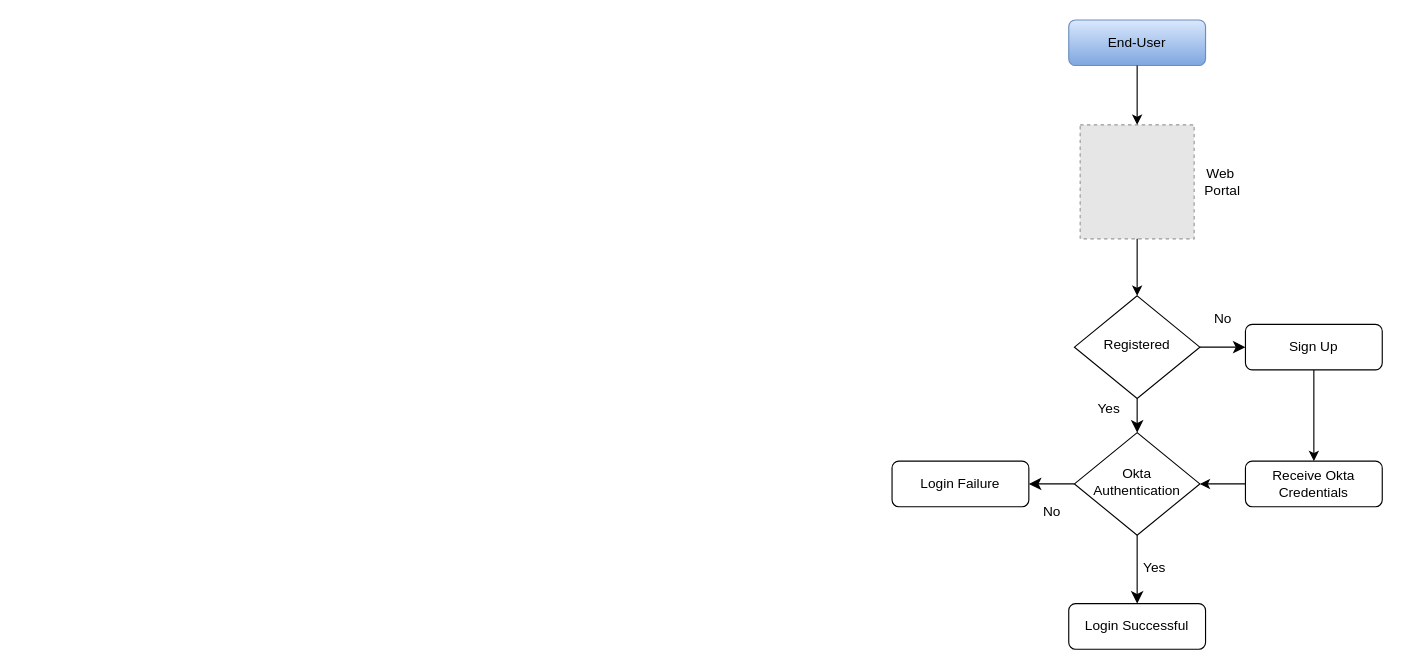
This is Generic Ai.drawio from sidthedesigner/Draw.io, a draw.io file, before an edit. Source tidied: cells renumbered, new cells numbered last; positions are measured from the earlier drawing's top-left corner, leaving out a move shared by most shapes. Both pictures are drawn from the tidied source at 114%, with x=0, y=0 at pixel (891, 19). Pictures stored in the file or linked from it are replaced by grey dashed boxes.
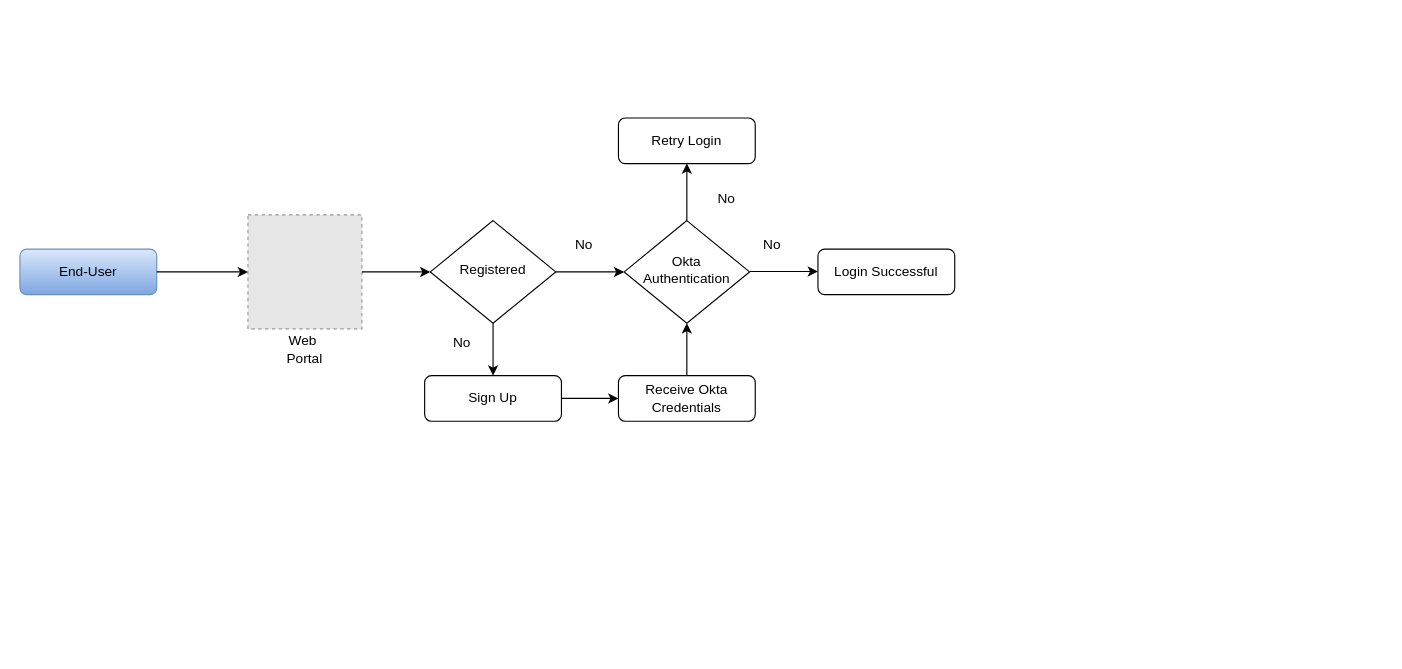
After the change.

Change to the diagram source:
```diff
@@
     <mxCell id="2" value="End-User" style="rounded=1;whiteSpace=wrap;html=1;fontSize=12;glass=0;strokeWidth=1;shadow=0;fillColor=#dae8fc;gradientColor=#7ea6e0;strokeColor=#6c8ebf;" parent="1" vertex="1">
-      <mxGeometry x="155" width="120" height="40" as="geometry" />
+      <mxGeometry x="-765" y="201" width="120" height="40" as="geometry" />
     </mxCell>
-    <mxCell id="3" value="Yes" style="rounded=0;html=1;jettySize=auto;fontSize=12;endArrow=classic;endFill=1;endSize=8;strokeWidth=1;shadow=0;labelBackgroundColor=none;edgeStyle=orthogonalEdgeStyle;" parent="1" edge="1" source="5" target="8">
-      <mxGeometry x="0.2" y="-25" relative="1" as="geometry">
-        <mxPoint y="-1" as="offset" />
-      </mxGeometry>
-    </mxCell>
-    <mxCell id="4" value="No" style="edgeStyle=orthogonalEdgeStyle;rounded=0;html=1;jettySize=auto;fontSize=12;endArrow=classic;endFill=1;endSize=8;strokeWidth=1;shadow=0;labelBackgroundColor=none;" parent="1" edge="1" source="5" target="6">
-      <mxGeometry y="25" relative="1" as="geometry" />
-    </mxCell>
-    <mxCell id="5" value="Registered" style="rhombus;whiteSpace=wrap;html=1;shadow=0;fontFamily=Helvetica;fontSize=12;align=center;strokeWidth=1;spacing=6;spacingTop=-4;" parent="1" vertex="1">
-      <mxGeometry x="160" y="242" width="110" height="90" as="geometry" />
-    </mxCell>
     <mxCell id="6" value="Sign Up" style="rounded=1;whiteSpace=wrap;html=1;fontSize=12;glass=0;strokeWidth=1;shadow=0;" parent="1" vertex="1">
-      <mxGeometry x="310" y="267" width="120" height="40" as="geometry" />
+      <mxGeometry x="-410" y="312" width="120" height="40" as="geometry" />
     </mxCell>
-    <mxCell id="7" value="Yes" style="rounded=0;html=1;jettySize=auto;fontSize=12;endArrow=classic;endFill=1;endSize=8;strokeWidth=1;shadow=0;labelBackgroundColor=none;edgeStyle=orthogonalEdgeStyle;" parent="1" edge="1" source="8" target="9">
-      <mxGeometry y="15" relative="1" as="geometry">
-        <mxPoint y="-1" as="offset" />
-      </mxGeometry>
-    </mxCell>
-    <mxCell id="8" value="Okta&lt;div style=&quot;font-size: 12px;&quot;&gt;Authentication&lt;/div&gt;" style="rhombus;whiteSpace=wrap;html=1;shadow=0;fontFamily=Helvetica;fontSize=12;align=center;strokeWidth=1;spacing=6;spacingTop=-4;" parent="1" vertex="1">
-      <mxGeometry x="160" y="362" width="110" height="90" as="geometry" />
-    </mxCell>
     <mxCell id="9" value="Login Successful" style="rounded=1;whiteSpace=wrap;html=1;fontSize=12;glass=0;strokeWidth=1;shadow=0;" parent="1" vertex="1">
-      <mxGeometry x="155" y="512" width="120" height="40" as="geometry" />
+      <mxGeometry x="-65" y="201" width="120" height="40" as="geometry" />
     </mxCell>
-    <mxCell id="10" value="Receive Okta&lt;br style=&quot;font-size: 12px;&quot;&gt;&lt;div style=&quot;font-size: 12px;&quot;&gt;Credentials&lt;/div&gt;" style="rounded=1;whiteSpace=wrap;html=1;fontSize=12;glass=0;strokeWidth=1;shadow=0;" parent="1" vertex="1">
-      <mxGeometry x="310" y="387" width="120" height="40" as="geometry" />
-    </mxCell>
-    <mxCell id="11" style="endArrow=classic;html=1;rounded=0;exitX=0.5;exitY=1;exitDx=0;exitDy=0;entryX=0.5;entryY=0;entryDx=0;entryDy=0;endFill=1;fontSize=12;" parent="1" edge="1" source="6" target="10">
-      <mxGeometry relative="1" as="geometry" />
-    </mxCell>
-    <mxCell id="12" style="endArrow=classic;html=1;rounded=0;exitX=0;exitY=0.5;exitDx=0;exitDy=0;entryX=1;entryY=0.5;entryDx=0;entryDy=0;endFill=1;fontSize=12;" parent="1" edge="1" source="10" target="8">
+    <mxCell id="12" style="endArrow=classic;html=1;rounded=0;exitX=1;exitY=0.5;exitDx=0;exitDy=0;entryX=0;entryY=0.5;entryDx=0;entryDy=0;endFill=1;fontSize=12;" parent="1" edge="1" source="6" target="10">
       <mxGeometry relative="1" as="geometry" />
     </mxCell>
-    <mxCell id="13" value="Login&amp;nbsp;Failure" style="rounded=1;whiteSpace=wrap;html=1;fontSize=12;glass=0;strokeWidth=1;shadow=0;" parent="1" vertex="1">
-      <mxGeometry y="387" width="120" height="40" as="geometry" />
+    <mxCell id="13" value="Retry Login" style="rounded=1;whiteSpace=wrap;html=1;fontSize=12;glass=0;strokeWidth=1;shadow=0;" parent="1" vertex="1">
+      <mxGeometry x="-240" y="86" width="120" height="40" as="geometry" />
     </mxCell>
-    <mxCell id="14" value="No" style="rounded=0;html=1;jettySize=auto;fontSize=12;endArrow=classic;endFill=1;endSize=8;strokeWidth=1;shadow=0;labelBackgroundColor=none;edgeStyle=orthogonalEdgeStyle;exitX=0;exitY=0.5;exitDx=0;exitDy=0;entryX=1;entryY=0.5;entryDx=0;entryDy=0;" parent="1" edge="1" source="8" target="13">
-      <mxGeometry y="25" relative="1" as="geometry" />
-    </mxCell>
     <mxCell id="15" style="fillColor=#E6E6E6;strokeColor=#999999;dashed=1;verticalLabelPosition=bottom;labelBackgroundColor=default;verticalAlign=top;" parent="1" vertex="1">
-      <mxGeometry x="165" y="92" width="100" height="100" as="geometry" />
+      <mxGeometry x="-565" y="171" width="100" height="100" as="geometry" />
     </mxCell>
-    <mxCell id="16" style="endArrow=classic;html=1;rounded=0;exitX=0.5;exitY=1;exitDx=0;exitDy=0;entryX=0.5;entryY=0;entryDx=0;entryDy=0;" parent="1" edge="1" source="2" target="15">
+    <mxCell id="16" style="endArrow=classic;html=1;rounded=0;exitX=1;exitY=0.5;exitDx=0;exitDy=0;entryX=0;entryY=0.5;entryDx=0;entryDy=0;" parent="1" edge="1" source="2" target="15">
       <mxGeometry relative="1" as="geometry" />
     </mxCell>
     <mxCell id="17" value="Web&amp;nbsp;&lt;div&gt;Portal&lt;/div&gt;" style="text;strokeColor=none;align=center;fillColor=none;html=1;verticalAlign=middle;whiteSpace=wrap;rounded=0;fontSize=12;" parent="1" vertex="1">
-      <mxGeometry x="265" y="127" width="50" height="30" as="geometry" />
+      <mxGeometry x="-540" y="274" width="50" height="30" as="geometry" />
     </mxCell>
+    <mxCell id="5" value="Registered" style="rhombus;whiteSpace=wrap;html=1;shadow=0;fontFamily=Helvetica;fontSize=12;align=center;strokeWidth=1;spacing=6;spacingTop=-4;" parent="1" vertex="1">
+      <mxGeometry x="-405" y="176" width="110" height="90" as="geometry" />
+    </mxCell>
+    <mxCell id="4" style="endArrow=classic;html=1;rounded=0;exitX=0.5;exitY=1;exitDx=0;exitDy=0;entryX=0.5;entryY=0;entryDx=0;entryDy=0;" parent="1" edge="1" source="5" target="6">
+      <mxGeometry x="-0.3" y="-15" relative="1" as="geometry" />
+    </mxCell>
-    <mxCell id="18" style="endArrow=classic;html=1;rounded=0;entryX=0.5;entryY=0;entryDx=0;entryDy=0;exitX=0.5;exitY=1;exitDx=0;exitDy=0;" parent="1" edge="1" source="15" target="5">
+    <mxCell id="18" style="endArrow=classic;html=1;rounded=0;exitX=1;exitY=0.5;exitDx=0;exitDy=0;entryX=0;entryY=0.5;entryDx=0;entryDy=0;" parent="1" edge="1" source="15" target="5">
       <mxGeometry relative="1" as="geometry" />
     </mxCell>
+    <mxCell id="8" value="Okta&lt;div style=&quot;font-size: 12px;&quot;&gt;Authentication&lt;/div&gt;" style="rhombus;whiteSpace=wrap;html=1;shadow=0;fontFamily=Helvetica;fontSize=12;align=center;strokeWidth=1;spacing=6;spacingTop=-4;" parent="1" vertex="1">
+      <mxGeometry x="-235" y="176" width="110" height="90" as="geometry" />
+    </mxCell>
+    <mxCell id="10" value="Receive Okta&lt;br style=&quot;font-size: 12px;&quot;&gt;&lt;div style=&quot;font-size: 12px;&quot;&gt;Credentials&lt;/div&gt;" style="rounded=1;whiteSpace=wrap;html=1;fontSize=12;glass=0;strokeWidth=1;shadow=0;" parent="1" vertex="1">
+      <mxGeometry x="-240" y="312" width="120" height="40" as="geometry" />
+    </mxCell>
+    <mxCell id="19" style="endArrow=classic;html=1;rounded=0;entryX=0.5;entryY=1;entryDx=0;entryDy=0;exitX=0.5;exitY=0;exitDx=0;exitDy=0;" parent="1" edge="1" source="10" target="8">
+      <mxGeometry relative="1" as="geometry" />
+    </mxCell>
+    <mxCell id="3" style="endArrow=classic;html=1;rounded=0;exitX=1;exitY=0.5;exitDx=0;exitDy=0;entryX=0;entryY=0.5;entryDx=0;entryDy=0;" parent="1" edge="1" source="5" target="8">
+      <mxGeometry y="19" relative="1" as="geometry" />
+    </mxCell>
+    <mxCell id="20" style="endArrow=classic;html=1;rounded=0;exitX=1;exitY=0.5;exitDx=0;exitDy=0;entryX=0;entryY=0.5;entryDx=0;entryDy=0;" parent="1" edge="1">
+      <mxGeometry x="-0.33" y="19" relative="1" as="geometry">
+        <mxPoint x="-125" y="220.7" as="sourcePoint" />
+        <mxPoint x="-65" y="220.7" as="targetPoint" />
+      </mxGeometry>
+    </mxCell>
+    <mxCell id="14" style="endArrow=classic;html=1;rounded=0;exitX=0.5;exitY=0;exitDx=0;exitDy=0;entryX=0.5;entryY=1;entryDx=0;entryDy=0;" parent="1" edge="1" source="8" target="13">
+      <mxGeometry x="-0.04" y="15" relative="1" as="geometry" />
+    </mxCell>
+    <mxCell id="21" value="No" style="text;html=1;align=center;verticalAlign=middle;whiteSpace=wrap;rounded=0;" parent="1" vertex="1">
+      <mxGeometry x="-407" y="268" width="60" height="30" as="geometry" />
+    </mxCell>
+    <mxCell id="22" value="No" style="text;html=1;align=center;verticalAlign=middle;whiteSpace=wrap;rounded=0;" parent="1" vertex="1">
+      <mxGeometry x="-175" y="142" width="60" height="30" as="geometry" />
+    </mxCell>
+    <mxCell id="23" value="No" style="text;html=1;align=center;verticalAlign=middle;whiteSpace=wrap;rounded=0;" parent="1" vertex="1">
+      <mxGeometry x="-135" y="182" width="60" height="30" as="geometry" />
+    </mxCell>
+    <mxCell id="24" value="No" style="text;html=1;align=center;verticalAlign=middle;whiteSpace=wrap;rounded=0;" parent="1" vertex="1">
+      <mxGeometry x="-300" y="182" width="60" height="30" as="geometry" />
+    </mxCell>
```
